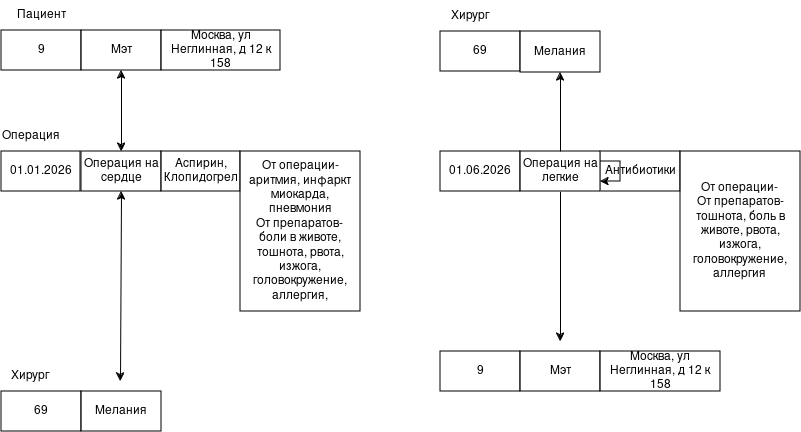
Above: fons/Диаграмма без названия.drawio.png in vika200925/Hello-world (draw.io), before the change. Source tidied: cells renumbered, new cells last; positions are measured from the earlier drawing's top-left corner, leaving out a move shared by most shapes.
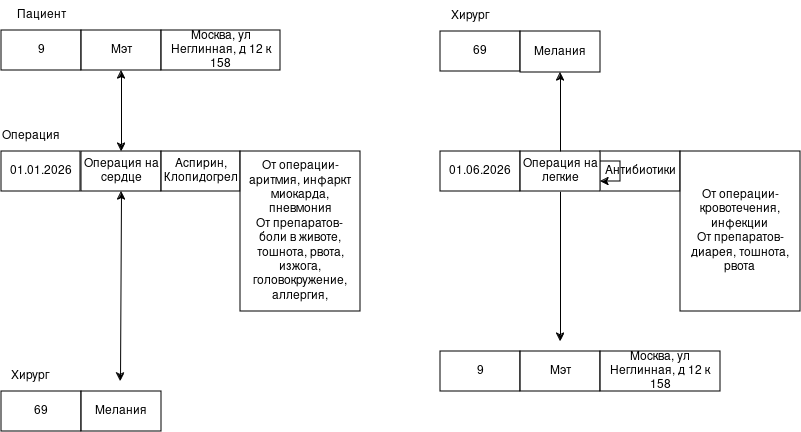
Later version of the same file.

Diff of the diagram source:
```diff
@@ -71,7 +71,7 @@
     <mxCell id="23" value="Антибиотики" style="rounded=0;whiteSpace=wrap;html=1;" parent="1" vertex="1">
       <mxGeometry x="600" y="151" width="80" height="40" as="geometry" />
     </mxCell>
-    <mxCell id="24" value="&lt;div&gt;От операции- &lt;br&gt;&lt;/div&gt;&lt;div&gt;От препаратов- тошнота, боль в животе, рвота, изжога, головокружение,&lt;/div&gt;&lt;div&gt;аллергия&lt;br&gt;&lt;/div&gt;" style="rounded=0;whiteSpace=wrap;html=1;" parent="1" vertex="1">
+    <mxCell id="24" value="&lt;div&gt;От операции- кровотечения, инфекции&lt;br&gt;&lt;/div&gt;&lt;div&gt;От препаратов- диарея, тошнота, рвота&lt;br&gt;&lt;/div&gt;" style="rounded=0;whiteSpace=wrap;html=1;" parent="1" vertex="1">
       <mxGeometry x="680" y="151" width="120" height="160" as="geometry" />
     </mxCell>
     <mxCell id="25" style="endArrow=classic;startArrow=classic;html=1;rounded=0;entryX=0.5;entryY=1;entryDx=0;entryDy=0;" parent="1" edge="1" target="9">
```
